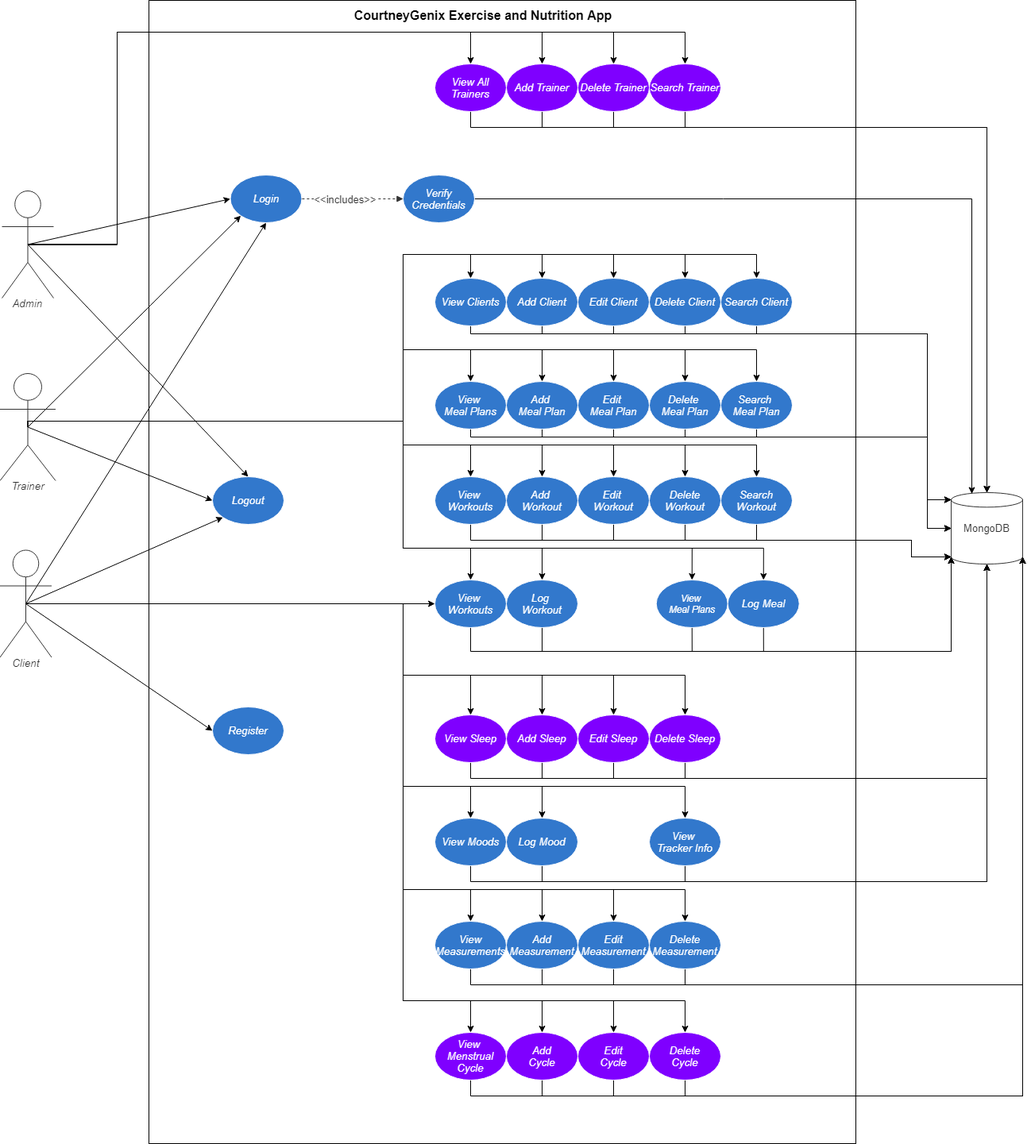
Earlier version of the draw.io export CG-UseCase.png (glerichartwell/COP4331-Large-Project). Source tidied: cells renumbered, new cells last; positions are measured from the earlier drawing's top-left corner, leaving out a move shared by most shapes.
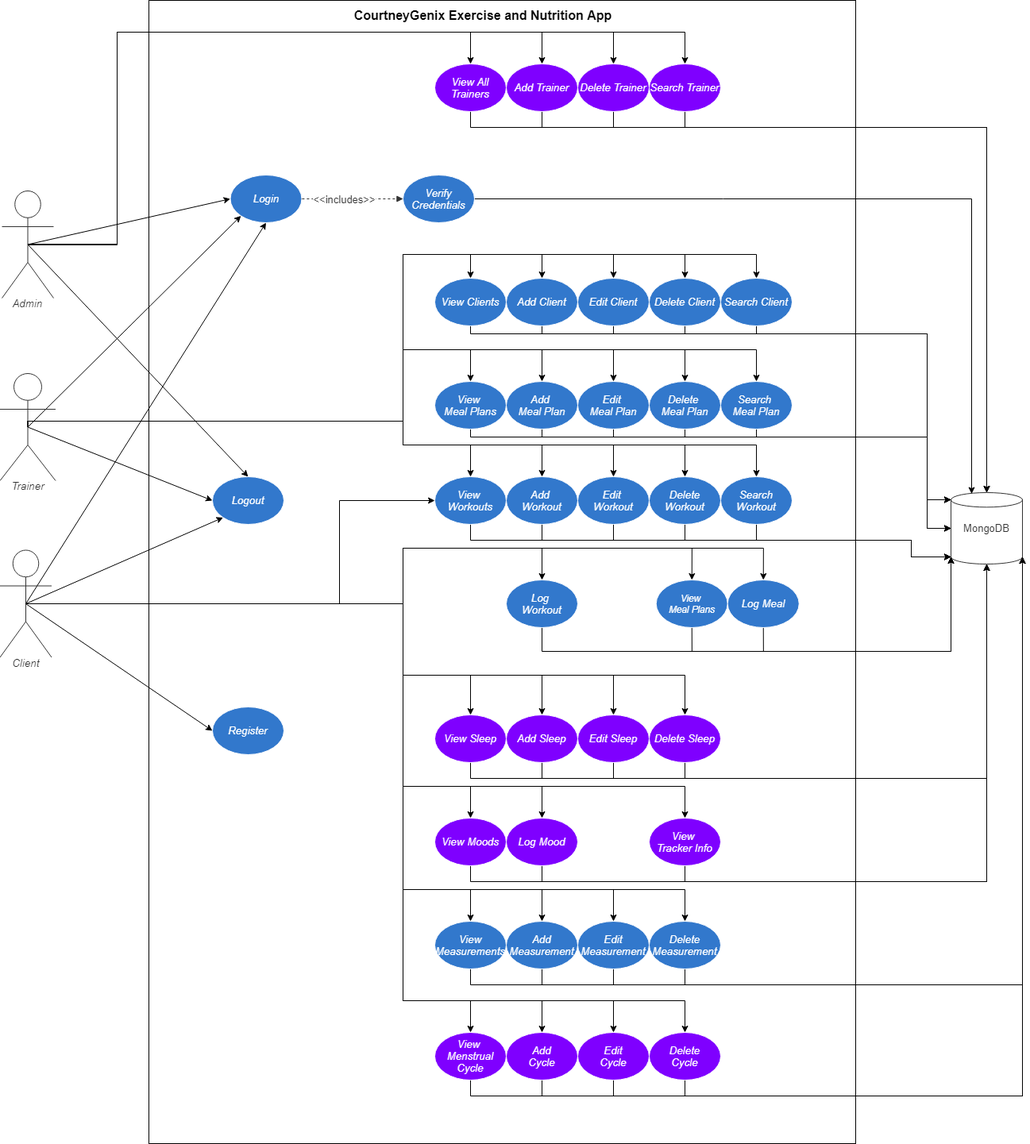
Later version of the same file.

Diff of the diagram source:
```diff
@@ -50,46 +50,33 @@
     <mxCell id="9" value="Admin" style="html=1;overflow=block;blockSpacing=1;whiteSpace=wrap;shape=umlActor;labelPosition=center;verticalLabelPosition=bottom;verticalAlign=top;whiteSpace=nowrap;whiteSpace=wrap;fontSize=13.3;fontColor=#333333;fontStyle=2;spacing=0;strokeColor=#333333;strokeOpacity=100;rounded=1;absoluteArcSize=1;arcSize=7.5;fillColor=#ffffff;strokeWidth=0.8;" parent="1" vertex="1">
       <mxGeometry x="3" y="240" width="65" height="135" as="geometry" />
     </mxCell>
-    <mxCell id="10" style="edgeStyle=orthogonalEdgeStyle;rounded=0;jettySize=auto;html=1;exitX=0.5;exitY=0.5;exitDx=0;exitDy=0;exitPerimeter=0;entryX=0.5;entryY=0;entryDx=0;entryDy=0;fontFamily=Helvetica;fontSize=16;" parent="1" edge="1" source="31" target="80">
+    <mxCell id="10" style="edgeStyle=orthogonalEdgeStyle;rounded=0;jettySize=auto;html=1;exitX=0.5;exitY=0.5;exitDx=0;exitDy=0;exitPerimeter=0;entryX=0.5;entryY=0;entryDx=0;entryDy=0;fontFamily=Helvetica;fontSize=16;" parent="1" edge="1" source="48" target="80">
       <mxGeometry relative="1" as="geometry">
         <Array as="points">
-          <mxPoint x="35" y="530" />
-          <mxPoint x="508" y="530" />
+          <mxPoint x="508" y="760" />
           <mxPoint x="508" y="690" />
           <mxPoint x="962" y="690" />
         </Array>
       </mxGeometry>
     </mxCell>
-    <mxCell id="11" style="edgeStyle=orthogonalEdgeStyle;rounded=0;jettySize=auto;html=1;exitX=0.5;exitY=0.5;exitDx=0;exitDy=0;exitPerimeter=0;entryX=0.5;entryY=0;entryDx=0;entryDy=0;fontFamily=Helvetica;fontSize=16;" parent="1" edge="1" source="31" target="73">
+    <mxCell id="11" style="edgeStyle=orthogonalEdgeStyle;rounded=0;jettySize=auto;html=1;exitX=0.5;exitY=0.5;exitDx=0;exitDy=0;exitPerimeter=0;entryX=0.5;entryY=0;entryDx=0;entryDy=0;fontFamily=Helvetica;fontSize=16;" parent="1" edge="1" source="48" target="73">
       <mxGeometry relative="1" as="geometry">
         <Array as="points">
-          <mxPoint x="35" y="530" />
-          <mxPoint x="508" y="530" />
+          <mxPoint x="508" y="760" />
           <mxPoint x="508" y="690" />
           <mxPoint x="872" y="690" />
         </Array>
       </mxGeometry>
     </mxCell>
-    <mxCell id="12" style="edgeStyle=orthogonalEdgeStyle;rounded=0;jettySize=auto;html=1;exitX=0.5;exitY=0.5;exitDx=0;exitDy=0;exitPerimeter=0;entryX=0.5;entryY=0;entryDx=0;entryDy=0;fontFamily=Helvetica;fontSize=16;" parent="1" edge="1" source="31" target="77">
+    <mxCell id="12" style="edgeStyle=orthogonalEdgeStyle;rounded=0;jettySize=auto;html=1;exitX=0.5;exitY=0.5;exitDx=0;exitDy=0;exitPerimeter=0;entryX=0.5;entryY=0;entryDx=0;entryDy=0;fontFamily=Helvetica;fontSize=16;" parent="1" edge="1" source="48" target="77">
       <mxGeometry relative="1" as="geometry">
         <Array as="points">
-          <mxPoint x="35" y="530" />
-          <mxPoint x="508" y="530" />
+          <mxPoint x="508" y="760" />
           <mxPoint x="508" y="690" />
           <mxPoint x="683" y="690" />
         </Array>
       </mxGeometry>
     </mxCell>
-    <mxCell id="13" style="edgeStyle=orthogonalEdgeStyle;rounded=0;jettySize=auto;html=1;exitX=0.5;exitY=0.5;exitDx=0;exitDy=0;exitPerimeter=0;entryX=0.5;entryY=0;entryDx=0;entryDy=0;fontFamily=Helvetica;fontSize=16;" parent="1" edge="1" source="31" target="71">
-      <mxGeometry relative="1" as="geometry">
-        <Array as="points">
-          <mxPoint x="35" y="530" />
-          <mxPoint x="508" y="530" />
-          <mxPoint x="508" y="690" />
-          <mxPoint x="593" y="690" />
-        </Array>
-      </mxGeometry>
-    </mxCell>
     <mxCell id="14" style="edgeStyle=orthogonalEdgeStyle;rounded=0;jettySize=auto;html=1;exitX=0.5;exitY=0.5;exitDx=0;exitDy=0;exitPerimeter=0;entryX=0.5;entryY=0;entryDx=0;entryDy=0;fontFamily=Helvetica;fontSize=16;" parent="1" edge="1" source="31" target="69">
       <mxGeometry relative="1" as="geometry">
         <Array as="points">
@@ -351,10 +338,11 @@
         </Array>
       </mxGeometry>
     </mxCell>
-    <mxCell id="44" style="edgeStyle=orthogonalEdgeStyle;rounded=0;jettySize=auto;html=1;exitX=0.5;exitY=0.5;exitDx=0;exitDy=0;exitPerimeter=0;entryX=0;entryY=0.5;entryDx=0;entryDy=0;fontFamily=Helvetica;fontSize=16;" parent="1" edge="1" source="48" target="71">
+    <mxCell id="44" style="edgeStyle=orthogonalEdgeStyle;rounded=0;jettySize=auto;html=1;exitX=0.5;exitY=0.5;exitDx=0;exitDy=0;exitPerimeter=0;entryX=0;entryY=0.5;entryDx=0;entryDy=0;fontFamily=Helvetica;fontSize=16;" parent="1" edge="1" source="48" target="118">
       <mxGeometry relative="1" as="geometry">
         <Array as="points">
-          <mxPoint x="548" y="760" />
+          <mxPoint x="428" y="760" />
+          <mxPoint x="428" y="630" />
         </Array>
       </mxGeometry>
     </mxCell>
@@ -480,17 +468,6 @@
     <mxCell id="69" value="Delete Workout" style="html=1;overflow=block;blockSpacing=1;whiteSpace=wrap;ellipse;whiteSpace=wrap;fontSize=13.3;fontColor=#ffffff;fontStyle=2;align=center;spacing=0;verticalAlign=middle;strokeColor=#ffffff;strokeOpacity=100;fillOpacity=100;rounded=1;absoluteArcSize=1;arcSize=7.5;fillColor=#3278cc;strokeWidth=0.8;" parent="1" vertex="1">
       <mxGeometry x="818" y="600" width="90" height="60" as="geometry" />
     </mxCell>
-    <mxCell id="70" style="edgeStyle=orthogonalEdgeStyle;rounded=0;jettySize=auto;html=1;exitX=0.5;exitY=1;exitDx=0;exitDy=0;entryX=0;entryY=0.9;entryDx=0;entryDy=0;entryPerimeter=0;fontFamily=Helvetica;fontSize=16;" parent="1" edge="1" source="71" target="49">
-      <mxGeometry relative="1" as="geometry">
-        <Array as="points">
-          <mxPoint x="593" y="820" />
-          <mxPoint x="1198" y="820" />
-        </Array>
-      </mxGeometry>
-    </mxCell>
-    <mxCell id="71" value="View &lt;br&gt;Workouts" style="html=1;overflow=block;blockSpacing=1;whiteSpace=wrap;ellipse;whiteSpace=wrap;fontSize=13.3;fontColor=#ffffff;fontStyle=2;align=center;spacing=0;verticalAlign=middle;strokeColor=#ffffff;strokeOpacity=100;fillOpacity=100;rounded=1;absoluteArcSize=1;arcSize=7.5;fillColor=#3278cc;strokeWidth=0.8;" parent="1" vertex="1">
-      <mxGeometry x="548" y="730" width="90" height="60" as="geometry" />
-    </mxCell>
     <mxCell id="72" style="edgeStyle=orthogonalEdgeStyle;rounded=0;jettySize=auto;html=1;exitX=0.5;exitY=1;exitDx=0;exitDy=0;entryX=0;entryY=0.9;entryDx=0;entryDy=0;entryPerimeter=0;fontFamily=Helvetica;fontSize=16;" parent="1" edge="1" source="73" target="49">
       <mxGeometry relative="1" as="geometry">
         <Array as="points">
@@ -553,19 +530,19 @@
     <mxCell id="85" style="edgeStyle=orthogonalEdgeStyle;rounded=0;jettySize=auto;html=1;exitX=0.5;exitY=1;exitDx=0;exitDy=0;entryX=0.5;entryY=1;entryDx=0;entryDy=0;entryPerimeter=0;fontFamily=Helvetica;fontSize=16;" parent="1" edge="1" source="86" target="49">
       <mxGeometry relative="1" as="geometry" />
     </mxCell>
-    <mxCell id="86" value="View &lt;br&gt;Tracker Info" style="html=1;overflow=block;blockSpacing=1;whiteSpace=wrap;ellipse;whiteSpace=wrap;fontSize=13.3;fontColor=#ffffff;fontStyle=2;align=center;spacing=0;verticalAlign=middle;strokeColor=#ffffff;strokeOpacity=100;fillOpacity=100;rounded=1;absoluteArcSize=1;arcSize=7.5;fillColor=#3278cc;strokeWidth=0.8;" parent="1" vertex="1">
+    <mxCell id="86" value="View &lt;br&gt;Tracker Info" style="html=1;overflow=block;blockSpacing=1;whiteSpace=wrap;ellipse;whiteSpace=wrap;fontSize=13.3;fontColor=#ffffff;fontStyle=2;align=center;spacing=0;verticalAlign=middle;strokeColor=#ffffff;strokeOpacity=100;fillOpacity=100;rounded=1;absoluteArcSize=1;arcSize=7.5;fillColor=#7F00FF;strokeWidth=0.8;" parent="1" vertex="1">
       <mxGeometry x="818" y="1030" width="90" height="60" as="geometry" />
     </mxCell>
     <mxCell id="87" style="edgeStyle=orthogonalEdgeStyle;rounded=0;jettySize=auto;html=1;exitX=0.5;exitY=1;exitDx=0;exitDy=0;entryX=0.5;entryY=1;entryDx=0;entryDy=0;entryPerimeter=0;fontFamily=Helvetica;fontSize=16;" parent="1" edge="1" source="88" target="49">
       <mxGeometry relative="1" as="geometry" />
     </mxCell>
-    <mxCell id="88" value="View Moods&lt;span style=&quot;color: rgba(0 , 0 , 0 , 0) ; font-family: monospace ; font-size: 0px ; font-style: normal&quot;&gt;%3CmxGraphModel%3E%3Croot%3E%3CmxCell%20id%3D%220%22%2F%3E%3CmxCell%20id%3D%221%22%20parent%3D%220%22%2F%3E%3CUserObject%20label%3D%22View%20Workouts%22%20lucidchartObjectId%3D%223m2hX9y86cIg%22%20id%3D%222%22%3E%3CmxCell%20style%3D%22html%3D1%3Boverflow%3Dblock%3BblockSpacing%3D1%3BwhiteSpace%3Dwrap%3Bellipse%3BwhiteSpace%3Dwrap%3BfontSize%3D13.3%3BfontColor%3D%23ffffff%3BfontStyle%3D2%3Balign%3Dcenter%3Bspacing%3D0%3BverticalAlign%3Dmiddle%3BstrokeColor%3D%23ffffff%3BstrokeOpacity%3D100%3BfillOpacity%3D100%3Brounded%3D1%3BabsoluteArcSize%3D1%3BarcSize%3D7.5%3BfillColor%3D%233278cc%3BstrokeWidth%3D0.8%3B%22%20vertex%3D%221%22%20parent%3D%221%22%3E%3CmxGeometry%20x%3D%22710%22%20y%3D%22804%22%20width%3D%2290%22%20height%3D%2260%22%20as%3D%22geometry%22%2F%3E%3C%2FmxCell%3E%3C%2FUserObject%3E%3C%2Froot%3E%3C%2FmxGraphModels&lt;/span&gt;" style="html=1;overflow=block;blockSpacing=1;whiteSpace=wrap;ellipse;whiteSpace=wrap;fontSize=13.3;fontColor=#ffffff;fontStyle=2;align=center;spacing=0;verticalAlign=middle;strokeColor=#ffffff;strokeOpacity=100;fillOpacity=100;rounded=1;absoluteArcSize=1;arcSize=7.5;fillColor=#3278cc;strokeWidth=0.8;" parent="1" vertex="1">
+    <mxCell id="88" value="View Moods&lt;span style=&quot;color: rgba(0 , 0 , 0 , 0) ; font-family: monospace ; font-size: 0px ; font-style: normal&quot;&gt;%3CmxGraphModel%3E%3Croot%3E%3CmxCell%20id%3D%220%22%2F%3E%3CmxCell%20id%3D%221%22%20parent%3D%220%22%2F%3E%3CUserObject%20label%3D%22View%20Workouts%22%20lucidchartObjectId%3D%223m2hX9y86cIg%22%20id%3D%222%22%3E%3CmxCell%20style%3D%22html%3D1%3Boverflow%3Dblock%3BblockSpacing%3D1%3BwhiteSpace%3Dwrap%3Bellipse%3BwhiteSpace%3Dwrap%3BfontSize%3D13.3%3BfontColor%3D%23ffffff%3BfontStyle%3D2%3Balign%3Dcenter%3Bspacing%3D0%3BverticalAlign%3Dmiddle%3BstrokeColor%3D%23ffffff%3BstrokeOpacity%3D100%3BfillOpacity%3D100%3Brounded%3D1%3BabsoluteArcSize%3D1%3BarcSize%3D7.5%3BfillColor%3D%233278cc%3BstrokeWidth%3D0.8%3B%22%20vertex%3D%221%22%20parent%3D%221%22%3E%3CmxGeometry%20x%3D%22710%22%20y%3D%22804%22%20width%3D%2290%22%20height%3D%2260%22%20as%3D%22geometry%22%2F%3E%3C%2FmxCell%3E%3C%2FUserObject%3E%3C%2Froot%3E%3C%2FmxGraphModels&lt;/span&gt;" style="html=1;overflow=block;blockSpacing=1;whiteSpace=wrap;ellipse;whiteSpace=wrap;fontSize=13.3;fontColor=#ffffff;fontStyle=2;align=center;spacing=0;verticalAlign=middle;strokeColor=#ffffff;strokeOpacity=100;fillOpacity=100;rounded=1;absoluteArcSize=1;arcSize=7.5;fillColor=#7F00FF;strokeWidth=0.8;" parent="1" vertex="1">
       <mxGeometry x="548" y="1030" width="90" height="60" as="geometry" />
     </mxCell>
     <mxCell id="89" style="edgeStyle=orthogonalEdgeStyle;rounded=0;jettySize=auto;html=1;exitX=0.5;exitY=1;exitDx=0;exitDy=0;entryX=0.5;entryY=1;entryDx=0;entryDy=0;entryPerimeter=0;fontFamily=Helvetica;fontSize=16;" parent="1" edge="1" source="90" target="49">
       <mxGeometry relative="1" as="geometry" />
     </mxCell>
-    <mxCell id="90" value="Log Mood&lt;span style=&quot;color: rgba(0 , 0 , 0 , 0) ; font-family: monospace ; font-size: 0px ; font-style: normal&quot;&gt;%3CmxGraphModel%3E%3Croot%3E%3CmxCell%20id%3D%220%22%2F%3E%3CmxCell%20id%3D%221%22%20parent%3D%220%22%2F%3E%3CUserObject%20label%3D%22View%20Workouts%22%20lucidchartObjectId%3D%223m2hX9y86cIg%22%20id%3D%222%22%3E%3CmxCell%20style%3D%22html%3D1%3Boverflow%3Dblock%3BblockSpacing%3D1%3BwhiteSpace%3Dwrap%3Bellipse%3BwhiteSpace%3Dwrap%3BfontSize%3D13.3%3BfontColor%3D%23ffffff%3BfontStyle%3D2%3Balign%3Dcenter%3Bspacing%3D0%3BverticalAlign%3Dmiddle%3BstrokeColor%3D%23ffffff%3BstrokeOpacity%3D100%3BfillOpacity%3D100%3Brounded%3D1%3BabsoluteArcSize%3D1%3BarcSize%3D7.5%3BfillColor%3D%233278cc%3BstrokeWidth%3D0.8%3B%22%20vertex%3D%221%22%20parent%3D%221%22%3E%3CmxGeometry%20x%3D%22710%22%20y%3D%22804%22%20width%3D%2290%22%20height%3D%2260%22%20as%3D%22geometry%22%2F%3E%3C%2FmxCell%3E%3C%2FUserObject%3E%3C%2Froot%3E%3C%2FmxGraphModel&lt;/span&gt;" style="html=1;overflow=block;blockSpacing=1;whiteSpace=wrap;ellipse;whiteSpace=wrap;fontSize=13.3;fontColor=#ffffff;fontStyle=2;align=center;spacing=0;verticalAlign=middle;strokeColor=#ffffff;strokeOpacity=100;fillOpacity=100;rounded=1;absoluteArcSize=1;arcSize=7.5;fillColor=#3278cc;strokeWidth=0.8;" parent="1" vertex="1">
+    <mxCell id="90" value="Log Mood&lt;span style=&quot;color: rgba(0 , 0 , 0 , 0) ; font-family: monospace ; font-size: 0px ; font-style: normal&quot;&gt;%3CmxGraphModel%3E%3Croot%3E%3CmxCell%20id%3D%220%22%2F%3E%3CmxCell%20id%3D%221%22%20parent%3D%220%22%2F%3E%3CUserObject%20label%3D%22View%20Workouts%22%20lucidchartObjectId%3D%223m2hX9y86cIg%22%20id%3D%222%22%3E%3CmxCell%20style%3D%22html%3D1%3Boverflow%3Dblock%3BblockSpacing%3D1%3BwhiteSpace%3Dwrap%3Bellipse%3BwhiteSpace%3Dwrap%3BfontSize%3D13.3%3BfontColor%3D%23ffffff%3BfontStyle%3D2%3Balign%3Dcenter%3Bspacing%3D0%3BverticalAlign%3Dmiddle%3BstrokeColor%3D%23ffffff%3BstrokeOpacity%3D100%3BfillOpacity%3D100%3Brounded%3D1%3BabsoluteArcSize%3D1%3BarcSize%3D7.5%3BfillColor%3D%233278cc%3BstrokeWidth%3D0.8%3B%22%20vertex%3D%221%22%20parent%3D%221%22%3E%3CmxGeometry%20x%3D%22710%22%20y%3D%22804%22%20width%3D%2290%22%20height%3D%2260%22%20as%3D%22geometry%22%2F%3E%3C%2FmxCell%3E%3C%2FUserObject%3E%3C%2Froot%3E%3C%2FmxGraphModel&lt;/span&gt;" style="html=1;overflow=block;blockSpacing=1;whiteSpace=wrap;ellipse;whiteSpace=wrap;fontSize=13.3;fontColor=#ffffff;fontStyle=2;align=center;spacing=0;verticalAlign=middle;strokeColor=#ffffff;strokeOpacity=100;fillOpacity=100;rounded=1;absoluteArcSize=1;arcSize=7.5;fillColor=#7F00FF;strokeWidth=0.8;" parent="1" vertex="1">
       <mxGeometry x="638" y="1030" width="90" height="60" as="geometry" />
     </mxCell>
     <mxCell id="91" style="edgeStyle=orthogonalEdgeStyle;rounded=0;jettySize=auto;html=1;exitX=0.5;exitY=1;exitDx=0;exitDy=0;entryX=1;entryY=0.9;entryDx=0;entryDy=0;entryPerimeter=0;fontFamily=Helvetica;fontSize=16;" parent="1" edge="1" source="92" target="49">
```
